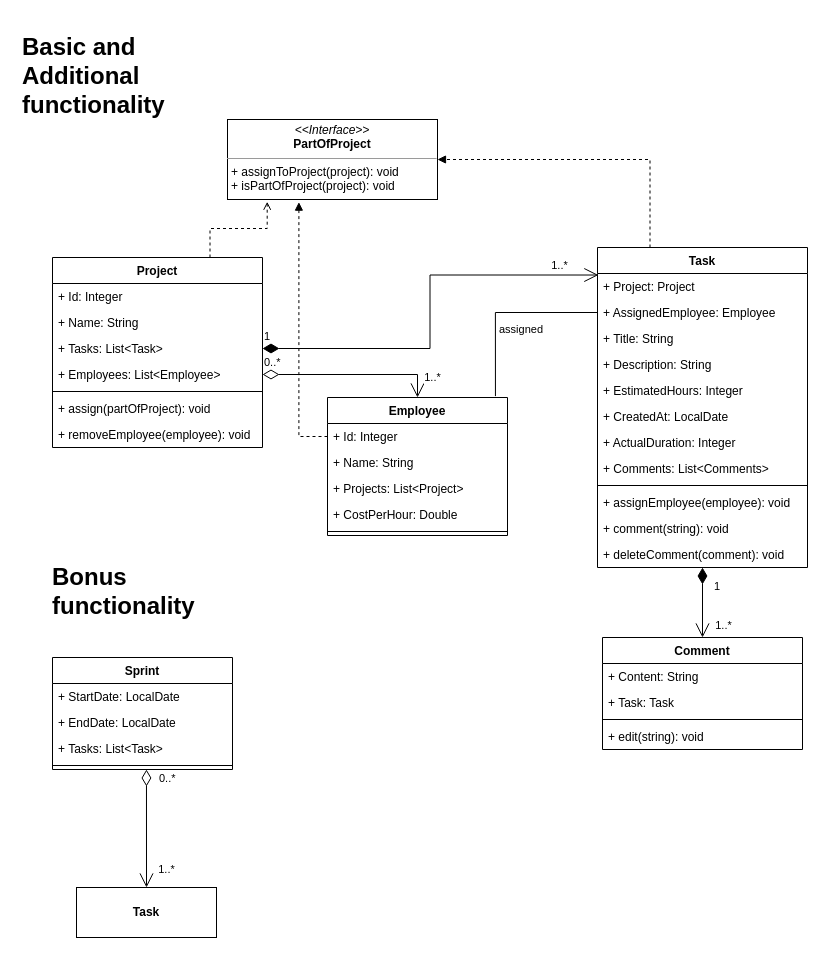
RasT110e5/ProjectAdministration keeps this draw.io diagram as class_diagram.drawio. Above is the earlier version. Source tidied: cells renumbered, new cells numbered last; positions are measured from the earlier drawing's top-left corner, leaving out a move shared by most shapes. Both pictures are drawn from the tidied source at 100%, with x=0, y=0 at pixel (17, 27).
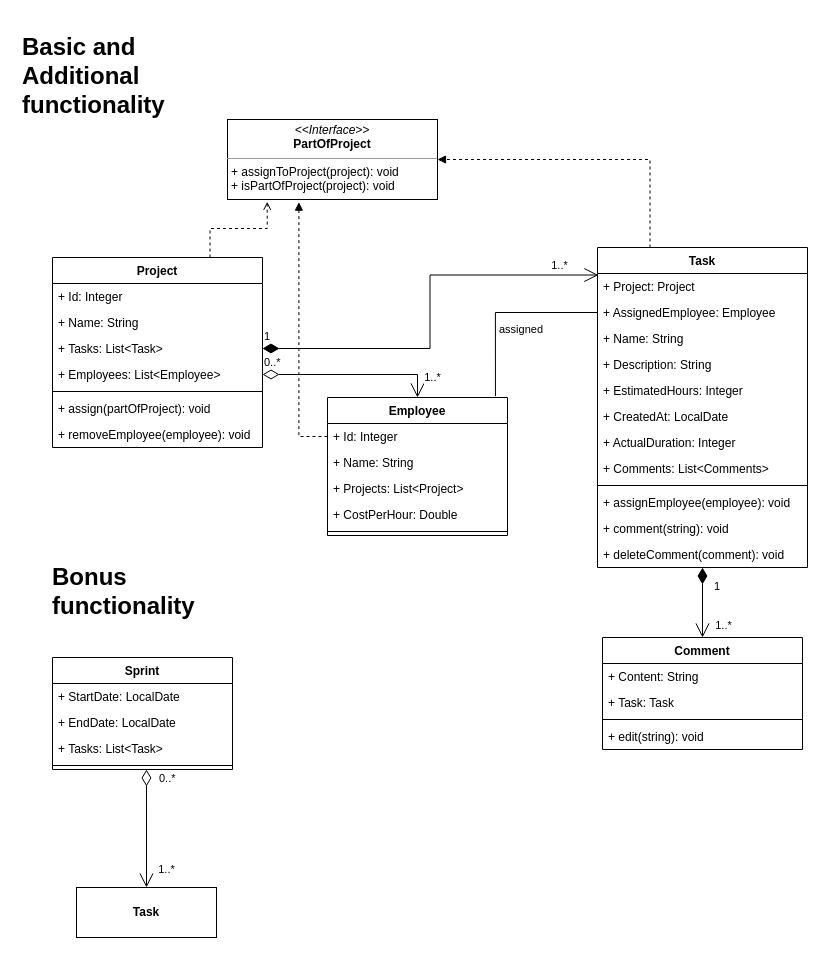
The same diagram, later.

Unchanged cells that the change refers to:
```xml
<mxCell id="20" value="Task" style="swimlane;fontStyle=1;align=center;verticalAlign=top;horizontal=1;startSize=26;" parent="1" vertex="1">
  <mxGeometry x="580" y="220" width="210" height="320" as="geometry" />
</mxCell>
```

What changed in the source:
```diff
@@
-    <mxCell id="23" value="+ Title: String" style="text;strokeColor=none;fillColor=none;align=left;verticalAlign=top;spacingLeft=4;spacingRight=4;overflow=hidden;" parent="20" vertex="1">
+    <mxCell id="23" value="+ Name: String" style="text;strokeColor=none;fillColor=none;align=left;verticalAlign=top;spacingLeft=4;spacingRight=4;overflow=hidden;" parent="20" vertex="1">
       <mxGeometry y="78" width="210" height="26" as="geometry" />
     </mxCell>
```
